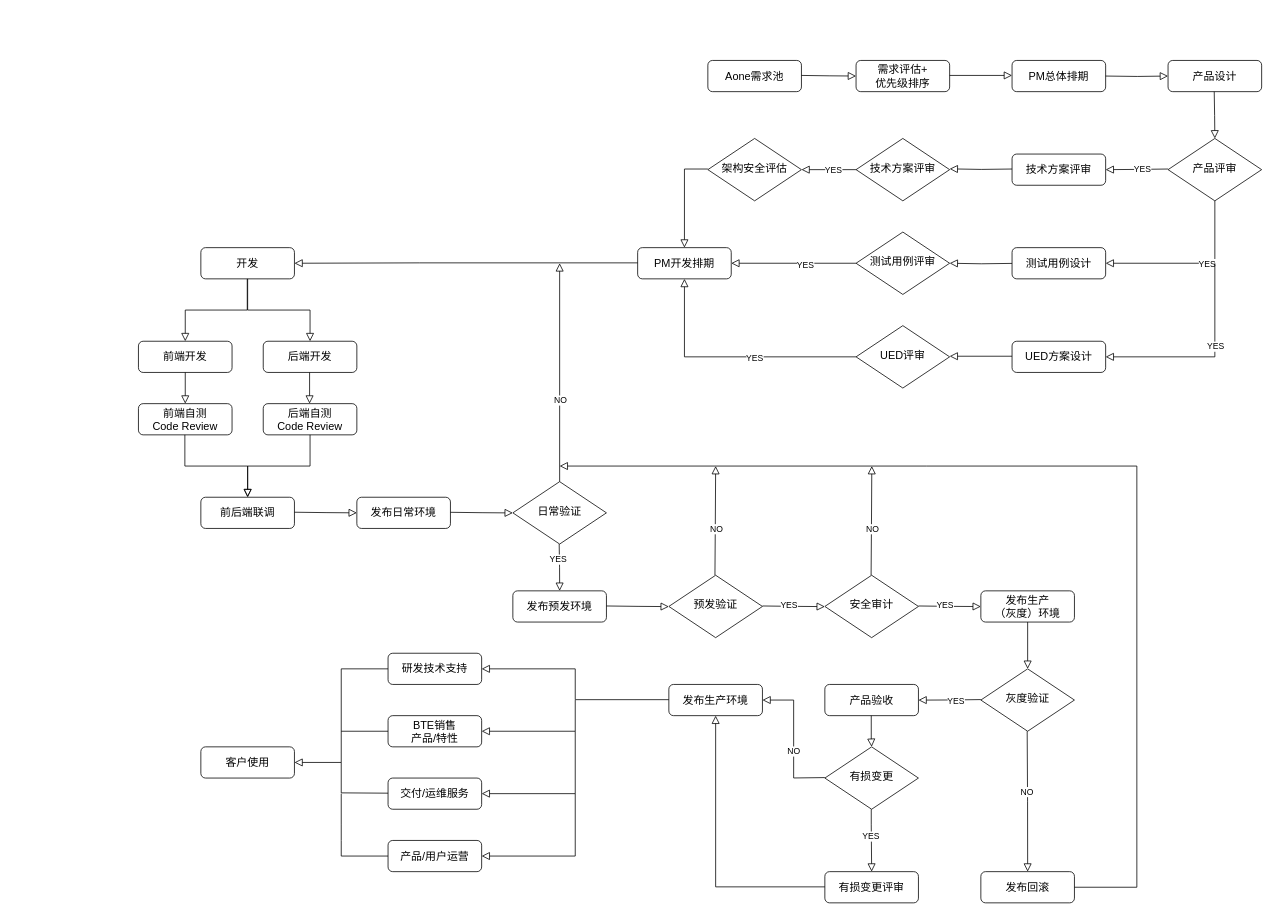
The draw.io diagram 研发流程.drawio in Sunny-Smile26/Drawings, before the edit. Source tidied: cells renumbered, new cells numbered last; positions are measured from the earlier drawing's top-left corner, leaving out a move shared by most shapes. Both pictures are drawn from the tidied source at 78%, with x=0, y=0 at pixel (138, 60).
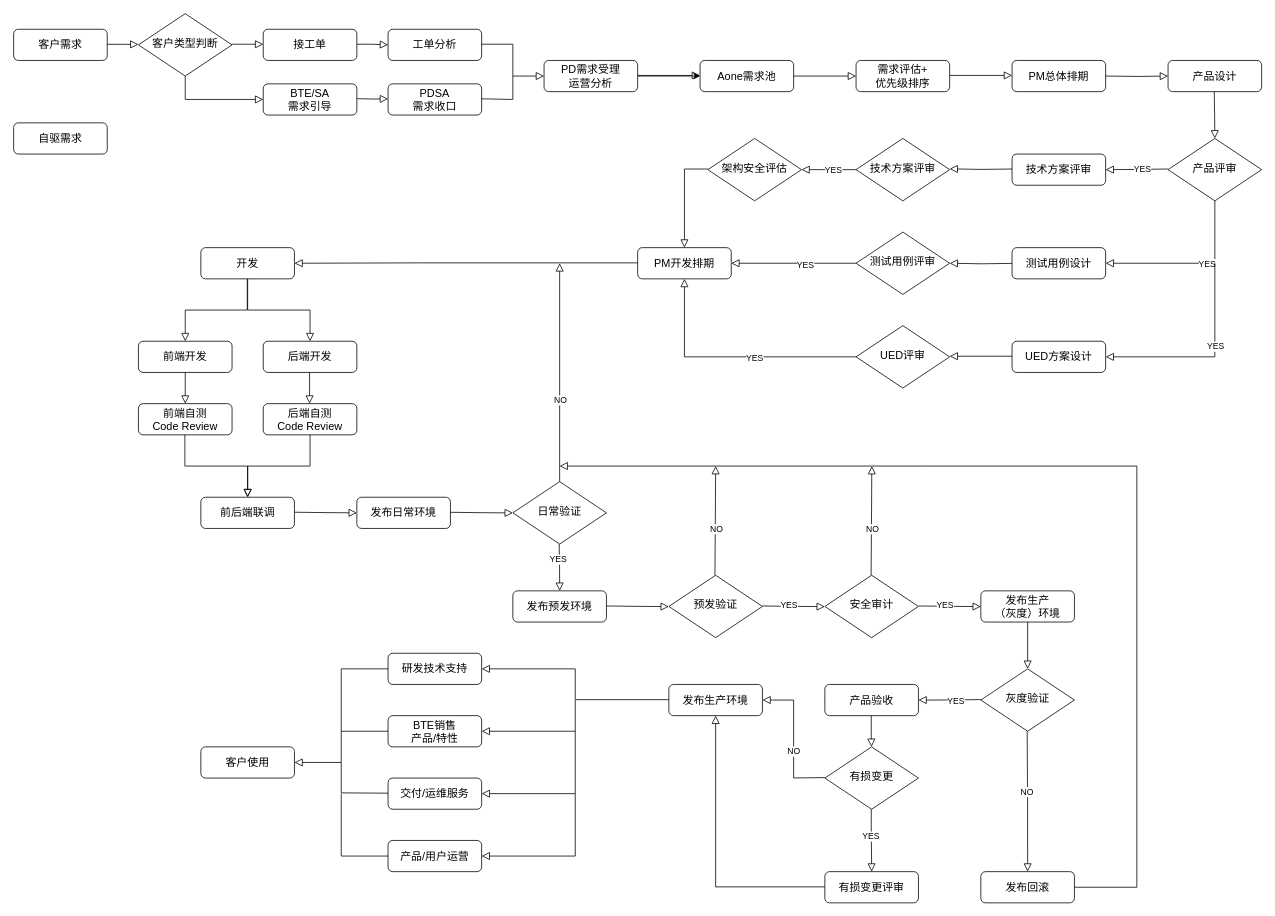
The same page after the edit.

Commit message (it also covers changes not shown here):
更新研发流程.drawio

Unchanged cells that the change refers to:
```xml
<mxCell id="97" value="需求评估+&lt;div&gt;优先级排序&lt;/div&gt;" style="rounded=1;whiteSpace=wrap;html=1;fontSize=14;glass=0;strokeWidth=1;shadow=0;" parent="1" vertex="1">
  <mxGeometry x="920" width="120" height="40" as="geometry" />
</mxCell>
```

Change to the diagram source:
```diff
@@
     <mxCell id="98" value="Aone需求池" style="rounded=1;whiteSpace=wrap;html=1;fontSize=14;glass=0;strokeWidth=1;shadow=0;" parent="1" vertex="1">
-      <mxGeometry x="730" width="120" height="40" as="geometry" />
+      <mxGeometry x="720" width="120" height="40" as="geometry" />
     </mxCell>
@@
-    <mxCell id="100" style="edgeStyle=orthogonalEdgeStyle;rounded=0;html=1;jettySize=auto;fontSize=14;endArrow=block;endFill=0;endSize=8;strokeWidth=1;shadow=0;labelBackgroundColor=none;entryX=0;entryY=0.5;entryDx=0;entryDy=0;" parent="1" edge="1" target="97">
-      <mxGeometry y="10" relative="1" as="geometry">
-        <mxPoint x="850" y="19.2" as="sourcePoint" />
-      </mxGeometry>
+    <mxCell id="100" style="edgeStyle=orthogonalEdgeStyle;rounded=0;html=1;jettySize=auto;fontSize=14;endArrow=block;endFill=0;endSize=8;strokeWidth=1;shadow=0;labelBackgroundColor=none;entryX=0;entryY=0.5;entryDx=0;entryDy=0;exitX=1;exitY=0.5;exitDx=0;exitDy=0;" parent="1" edge="1" source="98" target="97">
+      <mxGeometry y="10" relative="1" as="geometry" />
     </mxCell>
+    <mxCell id="101" style="edgeStyle=orthogonalEdgeStyle;rounded=0;jettySize=auto;html=1;" parent="1" edge="1" source="102" target="98">
+      <mxGeometry relative="1" as="geometry" />
+    </mxCell>
+    <mxCell id="102" value="PD需求受理&lt;div&gt;运营分&lt;span style=&quot;background-color: initial;&quot;&gt;析&lt;/span&gt;&lt;/div&gt;" style="rounded=1;whiteSpace=wrap;html=1;fontSize=14;glass=0;strokeWidth=1;shadow=0;" parent="1" vertex="1">
+      <mxGeometry x="520" width="120" height="40" as="geometry" />
+    </mxCell>
+    <mxCell id="103" value="工单分析" style="rounded=1;whiteSpace=wrap;html=1;fontSize=14;glass=0;strokeWidth=1;shadow=0;" parent="1" vertex="1">
+      <mxGeometry x="320" y="-40" width="120" height="40" as="geometry" />
+    </mxCell>
+    <mxCell id="104" value="PDSA&lt;div&gt;需求收口&lt;/div&gt;" style="rounded=1;whiteSpace=wrap;html=1;fontSize=14;glass=0;strokeWidth=1;shadow=0;" parent="1" vertex="1">
+      <mxGeometry x="320" y="30" width="120" height="40" as="geometry" />
+    </mxCell>
+    <mxCell id="105" value="接工单" style="rounded=1;whiteSpace=wrap;html=1;fontSize=14;glass=0;strokeWidth=1;shadow=0;" parent="1" vertex="1">
+      <mxGeometry x="160" y="-40" width="120" height="40" as="geometry" />
+    </mxCell>
+    <mxCell id="106" value="BTE/SA&lt;div&gt;需求引导&lt;/div&gt;" style="rounded=1;whiteSpace=wrap;html=1;fontSize=14;glass=0;strokeWidth=1;shadow=0;" parent="1" vertex="1">
+      <mxGeometry x="160" y="30" width="120" height="40" as="geometry" />
+    </mxCell>
+    <mxCell id="107" style="edgeStyle=orthogonalEdgeStyle;rounded=0;html=1;jettySize=auto;orthogonalLoop=1;fontSize=14;endArrow=block;endFill=0;endSize=8;strokeWidth=1;shadow=0;labelBackgroundColor=none;entryX=0;entryY=0.5;entryDx=0;entryDy=0;exitX=1;exitY=0.5;exitDx=0;exitDy=0;" parent="1" edge="1">
+      <mxGeometry y="10" relative="1" as="geometry">
+        <mxPoint x="640" y="19.2" as="sourcePoint" />
+        <mxPoint x="720" y="19.2" as="targetPoint" />
+      </mxGeometry>
+    </mxCell>
+    <mxCell id="108" style="edgeStyle=orthogonalEdgeStyle;rounded=0;html=1;jettySize=auto;orthogonalLoop=1;fontSize=14;endArrow=block;endFill=0;endSize=8;strokeWidth=1;shadow=0;labelBackgroundColor=none;exitX=1;exitY=0.5;exitDx=0;exitDy=0;" parent="1" edge="1">
+      <mxGeometry y="10" relative="1" as="geometry">
+        <mxPoint x="440" y="-20.8" as="sourcePoint" />
+        <mxPoint x="520" y="20" as="targetPoint" />
+        <Array as="points">
+          <mxPoint x="480" y="-21" />
+          <mxPoint x="480" y="20" />
+          <mxPoint x="520" y="20" />
+        </Array>
+      </mxGeometry>
+    </mxCell>
+    <mxCell id="109" style="endArrow=none;html=1;rounded=0;" parent="1" edge="1">
+      <mxGeometry relative="1" as="geometry">
+        <mxPoint x="480" y="20" as="sourcePoint" />
+        <mxPoint x="440" y="49.2" as="targetPoint" />
+        <Array as="points">
+          <mxPoint x="480" y="50" />
+        </Array>
+      </mxGeometry>
+    </mxCell>
+    <mxCell id="110" style="edgeStyle=orthogonalEdgeStyle;rounded=0;html=1;jettySize=auto;fontSize=14;endArrow=block;endFill=0;endSize=8;strokeWidth=1;shadow=0;labelBackgroundColor=none;entryX=0;entryY=0.5;entryDx=0;entryDy=0;" parent="1" edge="1" target="103">
+      <mxGeometry y="10" relative="1" as="geometry">
+        <mxPoint x="280" y="-20.8" as="sourcePoint" />
+        <Array as="points">
+          <mxPoint x="300" y="-21" />
+        </Array>
+      </mxGeometry>
+    </mxCell>
+    <mxCell id="111" style="edgeStyle=orthogonalEdgeStyle;rounded=0;html=1;jettySize=auto;orthogonalLoop=1;fontSize=14;endArrow=block;endFill=0;endSize=8;strokeWidth=1;shadow=0;labelBackgroundColor=none;entryX=0;entryY=0.5;entryDx=0;entryDy=0;" parent="1" edge="1">
+      <mxGeometry y="10" relative="1" as="geometry">
+        <mxPoint x="280" y="49" as="sourcePoint" />
+        <mxPoint x="320" y="49.2" as="targetPoint" />
+      </mxGeometry>
+    </mxCell>
+    <mxCell id="112" value="客户类型判断" style="rhombus;whiteSpace=wrap;html=1;shadow=0;fontFamily=Helvetica;fontSize=14;align=center;strokeWidth=1;spacing=6;spacingTop=-4;" parent="1" vertex="1">
+      <mxGeometry y="-60" width="120" height="80" as="geometry" />
+    </mxCell>
+    <mxCell id="113" value="客户需求" style="rounded=1;whiteSpace=wrap;html=1;fontSize=14;glass=0;strokeWidth=1;shadow=0;" parent="1" vertex="1">
+      <mxGeometry x="-160" y="-40" width="120" height="40" as="geometry" />
+    </mxCell>
+    <mxCell id="114" value="自驱需求" style="rounded=1;whiteSpace=wrap;html=1;fontSize=14;glass=0;strokeWidth=1;shadow=0;" parent="1" vertex="1">
+      <mxGeometry x="-160" y="80" width="120" height="40" as="geometry" />
+    </mxCell>
+    <mxCell id="115" style="edgeStyle=orthogonalEdgeStyle;rounded=0;html=1;jettySize=auto;orthogonalLoop=1;fontSize=14;endArrow=block;endFill=0;endSize=8;strokeWidth=1;shadow=0;labelBackgroundColor=none;entryX=0;entryY=0.5;entryDx=0;entryDy=0;" parent="1" edge="1">
+      <mxGeometry y="10" relative="1" as="geometry">
+        <mxPoint x="120" y="-20.8" as="sourcePoint" />
+        <mxPoint x="160" y="-20.7" as="targetPoint" />
+        <Array as="points">
+          <mxPoint x="140" y="-20.8" />
+          <mxPoint x="140" y="-20.8" />
+        </Array>
+      </mxGeometry>
+    </mxCell>
+    <mxCell id="116" style="edgeStyle=orthogonalEdgeStyle;rounded=0;html=1;jettySize=auto;orthogonalLoop=1;fontSize=14;endArrow=block;endFill=0;endSize=8;strokeWidth=1;shadow=0;labelBackgroundColor=none;entryX=0;entryY=0.5;entryDx=0;entryDy=0;" parent="1" edge="1">
+      <mxGeometry y="10" relative="1" as="geometry">
+        <mxPoint x="-40" y="-20.7" as="sourcePoint" />
+        <mxPoint y="-20.5" as="targetPoint" />
+        <Array as="points">
+          <mxPoint x="-20" y="-20.7" />
+          <mxPoint x="-20" y="-20.7" />
+        </Array>
+      </mxGeometry>
+    </mxCell>
+    <mxCell id="117" style="edgeStyle=orthogonalEdgeStyle;rounded=0;html=1;jettySize=auto;fontSize=14;endArrow=block;endFill=0;endSize=8;strokeWidth=1;shadow=0;labelBackgroundColor=none;entryX=0;entryY=0.5;entryDx=0;entryDy=0;exitX=0.5;exitY=1;exitDx=0;exitDy=0;" parent="1" edge="1" source="112" target="106">
+      <mxGeometry y="10" relative="1" as="geometry">
+        <Array as="points">
+          <mxPoint x="60" y="50" />
+        </Array>
+      </mxGeometry>
+    </mxCell>
```
